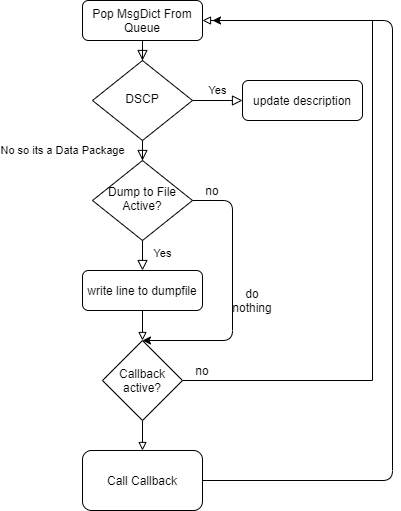
Met4FoF/datareceiver keeps this draw.io diagram as doc/Sensor_loop.png. Above is the earlier version. Source tidied: cells renumbered, new cells last; positions are measured from the earlier drawing's top-left corner, leaving out a move shared by most shapes. Source of this version:
```xml
<mxGraphModel>
  <root>
    <mxCell id="0" />
    <mxCell id="1" parent="0" />
    <mxCell id="2" style="rounded=0;html=1;jettySize=auto;fontSize=11;endArrow=block;endFill=0;endSize=8;strokeWidth=1;shadow=0;labelBackgroundColor=none;edgeStyle=orthogonalEdgeStyle;" parent="1" edge="1" source="3" target="6">
      <mxGeometry relative="1" as="geometry" />
    </mxCell>
    <mxCell id="3" value="Pop MsgDict From Queue" style="rounded=1;whiteSpace=wrap;html=1;fontSize=12;glass=0;strokeWidth=1;shadow=0;" parent="1" vertex="1">
      <mxGeometry width="120" height="40" as="geometry" />
    </mxCell>
    <mxCell id="4" value="No so its a Data Package" style="rounded=0;html=1;jettySize=auto;fontSize=11;endArrow=block;endFill=0;endSize=8;strokeWidth=1;shadow=0;labelBackgroundColor=none;edgeStyle=orthogonalEdgeStyle;" parent="1" edge="1" source="6" target="9">
      <mxGeometry y="80" relative="1" as="geometry" />
    </mxCell>
    <mxCell id="5" value="Yes" style="edgeStyle=orthogonalEdgeStyle;rounded=0;html=1;jettySize=auto;fontSize=11;endArrow=block;endFill=0;endSize=8;strokeWidth=1;shadow=0;labelBackgroundColor=none;" parent="1" edge="1" source="6" target="7">
      <mxGeometry y="10" relative="1" as="geometry" />
    </mxCell>
    <mxCell id="6" value="DSCP" style="rhombus;whiteSpace=wrap;html=1;shadow=0;fontFamily=Helvetica;fontSize=12;align=center;strokeWidth=1;spacing=6;spacingTop=-4;" parent="1" vertex="1">
      <mxGeometry x="10" y="60" width="100" height="80" as="geometry" />
    </mxCell>
    <mxCell id="7" value="update description" style="rounded=1;whiteSpace=wrap;html=1;fontSize=12;glass=0;strokeWidth=1;shadow=0;" parent="1" vertex="1">
      <mxGeometry x="160" y="80" width="120" height="40" as="geometry" />
    </mxCell>
    <mxCell id="8" value="Yes" style="rounded=0;html=1;jettySize=auto;fontSize=11;endArrow=block;endFill=0;endSize=8;strokeWidth=1;shadow=0;labelBackgroundColor=none;edgeStyle=orthogonalEdgeStyle;" parent="1" edge="1" source="9" target="11">
      <mxGeometry x="0.33" y="20" relative="1" as="geometry" />
    </mxCell>
    <mxCell id="9" value="Dump to File Active?" style="rhombus;whiteSpace=wrap;html=1;shadow=0;fontFamily=Helvetica;fontSize=12;align=center;strokeWidth=1;spacing=6;spacingTop=-4;" parent="1" vertex="1">
      <mxGeometry x="10" y="160" width="100" height="80" as="geometry" />
    </mxCell>
    <mxCell id="10" style="edgeStyle=orthogonalEdgeStyle;rounded=0;jettySize=auto;html=1;exitX=0.5;exitY=1;exitDx=0;exitDy=0;entryX=0.5;entryY=0;entryDx=0;entryDy=0;startArrow=none;startFill=0;endArrow=block;endFill=0;" parent="1" edge="1" source="11" target="14">
      <mxGeometry relative="1" as="geometry" />
    </mxCell>
    <mxCell id="11" value="write line to dumpfile" style="rounded=1;whiteSpace=wrap;html=1;fontSize=12;glass=0;strokeWidth=1;shadow=0;" parent="1" vertex="1">
      <mxGeometry y="270" width="120" height="40" as="geometry" />
    </mxCell>
    <mxCell id="12" style="edgeStyle=orthogonalEdgeStyle;rounded=0;jettySize=auto;html=1;exitX=1;exitY=0.5;exitDx=0;exitDy=0;entryX=1;entryY=0.5;entryDx=0;entryDy=0;startArrow=none;startFill=0;endArrow=block;endFill=0;" parent="1" edge="1" source="14" target="3">
      <mxGeometry relative="1" as="geometry">
        <Array as="points">
          <mxPoint x="290" y="380" />
          <mxPoint x="290" y="20" />
        </Array>
      </mxGeometry>
    </mxCell>
    <mxCell id="13" style="edgeStyle=orthogonalEdgeStyle;rounded=0;jettySize=auto;html=1;exitX=0.5;exitY=1;exitDx=0;exitDy=0;entryX=0.5;entryY=0;entryDx=0;entryDy=0;startArrow=none;startFill=0;endArrow=block;endFill=0;" parent="1" edge="1" source="14" target="19">
      <mxGeometry relative="1" as="geometry" />
    </mxCell>
    <mxCell id="14" value="Callback active?" style="rhombus;whiteSpace=wrap;html=1;" parent="1" vertex="1">
      <mxGeometry x="20" y="340" width="80" height="80" as="geometry" />
    </mxCell>
    <mxCell id="15" style="endArrow=classic;html=1;exitX=1;exitY=0.5;exitDx=0;exitDy=0;" parent="1" edge="1" source="9">
      <mxGeometry relative="1" as="geometry">
        <mxPoint x="60" y="340" as="targetPoint" />
        <Array as="points">
          <mxPoint x="150" y="200" />
          <mxPoint x="150" y="340" />
        </Array>
      </mxGeometry>
    </mxCell>
    <mxCell id="16" value="no" style="text;html=1;strokeColor=none;fillColor=none;align=center;verticalAlign=middle;whiteSpace=wrap;rounded=0;" parent="1" vertex="1">
      <mxGeometry x="110" y="180" width="40" height="20" as="geometry" />
    </mxCell>
    <mxCell id="17" value="do nothing" style="text;html=1;strokeColor=none;fillColor=none;align=center;verticalAlign=middle;whiteSpace=wrap;rounded=0;" parent="1" vertex="1">
      <mxGeometry x="150" y="290" width="40" height="20" as="geometry" />
    </mxCell>
    <mxCell id="18" value="no" style="text;html=1;strokeColor=none;fillColor=none;align=center;verticalAlign=middle;whiteSpace=wrap;rounded=0;" parent="1" vertex="1">
      <mxGeometry x="100" y="360" width="40" height="20" as="geometry" />
    </mxCell>
    <mxCell id="19" value="Call Callback" style="rounded=1;whiteSpace=wrap;html=1;" parent="1" vertex="1">
      <mxGeometry y="450" width="120" height="60" as="geometry" />
    </mxCell>
    <mxCell id="20" style="endArrow=classic;html=1;exitX=1;exitY=0.5;exitDx=0;exitDy=0;" parent="1" edge="1" source="19">
      <mxGeometry relative="1" as="geometry">
        <mxPoint x="130" y="20" as="targetPoint" />
        <Array as="points">
          <mxPoint x="310" y="480" />
          <mxPoint x="310" y="20" />
        </Array>
      </mxGeometry>
    </mxCell>
  </root>
</mxGraphModel>
```
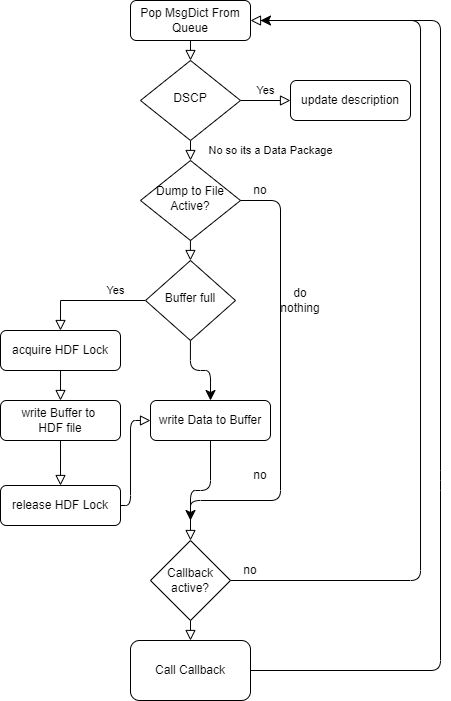
The same file after the commit.

Commit message:
sensor Loop documentation updated

Change to the diagram source:
```diff
@@ -3,13 +3,23 @@
     <mxCell id="0" />
     <mxCell id="1" parent="0" />
     <mxCell id="2" style="rounded=0;html=1;jettySize=auto;fontSize=11;endArrow=block;endFill=0;endSize=8;strokeWidth=1;shadow=0;labelBackgroundColor=none;edgeStyle=orthogonalEdgeStyle;" parent="1" edge="1" source="3" target="6">
-      <mxGeometry relative="1" as="geometry" />
+      <mxGeometry relative="1" as="geometry">
+        <Array as="points">
+          <mxPoint x="60" y="40" />
+          <mxPoint x="60" y="40" />
+        </Array>
+      </mxGeometry>
     </mxCell>
     <mxCell id="3" value="Pop MsgDict From Queue" style="rounded=1;whiteSpace=wrap;html=1;fontSize=12;glass=0;strokeWidth=1;shadow=0;" parent="1" vertex="1">
       <mxGeometry width="120" height="40" as="geometry" />
     </mxCell>
-    <mxCell id="4" value="No so its a Data Package" style="rounded=0;html=1;jettySize=auto;fontSize=11;endArrow=block;endFill=0;endSize=8;strokeWidth=1;shadow=0;labelBackgroundColor=none;edgeStyle=orthogonalEdgeStyle;" parent="1" edge="1" source="6" target="9">
-      <mxGeometry y="80" relative="1" as="geometry" />
+    <mxCell id="4" value="No so its a Data Package" style="rounded=0;html=1;jettySize=auto;fontSize=11;endArrow=block;endFill=0;endSize=8;strokeWidth=1;shadow=0;labelBackgroundColor=none;edgeStyle=orthogonalEdgeStyle;entryX=0.5;entryY=0;entryDx=0;entryDy=0;" parent="1" edge="1" source="6" target="9">
+      <mxGeometry y="80" relative="1" as="geometry">
+        <Array as="points">
+          <mxPoint x="60" y="140" />
+          <mxPoint x="60" y="140" />
+        </Array>
+      </mxGeometry>
     </mxCell>
     <mxCell id="5" value="Yes" style="edgeStyle=orthogonalEdgeStyle;rounded=0;html=1;jettySize=auto;fontSize=11;endArrow=block;endFill=0;endSize=8;strokeWidth=1;shadow=0;labelBackgroundColor=none;" parent="1" edge="1" source="6" target="7">
       <mxGeometry y="10" relative="1" as="geometry" />
@@ -20,38 +30,49 @@
     <mxCell id="7" value="update description" style="rounded=1;whiteSpace=wrap;html=1;fontSize=12;glass=0;strokeWidth=1;shadow=0;" parent="1" vertex="1">
       <mxGeometry x="160" y="80" width="120" height="40" as="geometry" />
     </mxCell>
-    <mxCell id="8" value="Yes" style="rounded=0;html=1;jettySize=auto;fontSize=11;endArrow=block;endFill=0;endSize=8;strokeWidth=1;shadow=0;labelBackgroundColor=none;edgeStyle=orthogonalEdgeStyle;" parent="1" edge="1" source="9" target="11">
-      <mxGeometry x="0.33" y="20" relative="1" as="geometry" />
+    <mxCell id="8" value="Yes" style="rounded=0;html=1;jettySize=auto;fontSize=11;endArrow=block;endFill=0;endSize=8;strokeWidth=1;shadow=0;labelBackgroundColor=none;edgeStyle=orthogonalEdgeStyle;exitX=0;exitY=0.5;exitDx=0;exitDy=0;entryX=0.5;entryY=0;entryDx=0;entryDy=0;" parent="1" edge="1" source="22" target="26">
+      <mxGeometry x="-0.47" y="-10" relative="1" as="geometry">
+        <Array as="points">
+          <mxPoint x="-70" y="300" />
+        </Array>
+      </mxGeometry>
     </mxCell>
     <mxCell id="9" value="Dump to File Active?" style="rhombus;whiteSpace=wrap;html=1;shadow=0;fontFamily=Helvetica;fontSize=12;align=center;strokeWidth=1;spacing=6;spacingTop=-4;" parent="1" vertex="1">
       <mxGeometry x="10" y="160" width="100" height="80" as="geometry" />
     </mxCell>
-    <mxCell id="10" style="edgeStyle=orthogonalEdgeStyle;rounded=0;jettySize=auto;html=1;exitX=0.5;exitY=1;exitDx=0;exitDy=0;entryX=0.5;entryY=0;entryDx=0;entryDy=0;startArrow=none;startFill=0;endArrow=block;endFill=0;" parent="1" edge="1" source="11" target="14">
-      <mxGeometry relative="1" as="geometry" />
-    </mxCell>
+    <mxCell id="21" style="edgeStyle=orthogonalEdgeStyle;rounded=1;jettySize=auto;html=1;endArrow=block;endFill=0;strokeColor=#000000;entryX=0;entryY=0.5;entryDx=0;entryDy=0;endSize=8;" parent="1" edge="1" source="11" target="24">
+      <mxGeometry relative="1" as="geometry">
+        <Array as="points">
+          <mxPoint y="505" />
+          <mxPoint y="420" />
+        </Array>
+      </mxGeometry>
+    </mxCell>
-    <mxCell id="11" value="write line to dumpfile" style="rounded=1;whiteSpace=wrap;html=1;fontSize=12;glass=0;strokeWidth=1;shadow=0;" parent="1" vertex="1">
-      <mxGeometry y="270" width="120" height="40" as="geometry" />
+    <mxCell id="11" value="release HDF Lock" style="rounded=1;whiteSpace=wrap;html=1;fontSize=12;glass=0;strokeWidth=1;shadow=0;" parent="1" vertex="1">
+      <mxGeometry x="-130" y="485" width="120" height="40" as="geometry" />
     </mxCell>
-    <mxCell id="12" style="edgeStyle=orthogonalEdgeStyle;rounded=0;jettySize=auto;html=1;exitX=1;exitY=0.5;exitDx=0;exitDy=0;entryX=1;entryY=0.5;entryDx=0;entryDy=0;startArrow=none;startFill=0;endArrow=block;endFill=0;" parent="1" edge="1" source="14" target="3">
+    <mxCell id="12" style="edgeStyle=orthogonalEdgeStyle;rounded=1;jettySize=auto;html=1;exitX=1;exitY=0.5;exitDx=0;exitDy=0;entryX=1;entryY=0.5;entryDx=0;entryDy=0;startArrow=none;startFill=0;endArrow=block;endFill=0;endSize=8;" parent="1" edge="1" source="14" target="3">
       <mxGeometry relative="1" as="geometry">
         <Array as="points">
-          <mxPoint x="290" y="380" />
+          <mxPoint x="100" y="580" />
+          <mxPoint x="290" y="580" />
           <mxPoint x="290" y="20" />
         </Array>
       </mxGeometry>
     </mxCell>
-    <mxCell id="13" style="edgeStyle=orthogonalEdgeStyle;rounded=0;jettySize=auto;html=1;exitX=0.5;exitY=1;exitDx=0;exitDy=0;entryX=0.5;entryY=0;entryDx=0;entryDy=0;startArrow=none;startFill=0;endArrow=block;endFill=0;" parent="1" edge="1" source="14" target="19">
+    <mxCell id="13" style="edgeStyle=orthogonalEdgeStyle;rounded=0;jettySize=auto;html=1;exitX=0.5;exitY=1;exitDx=0;exitDy=0;entryX=0.5;entryY=0;entryDx=0;entryDy=0;startArrow=none;startFill=0;endArrow=block;endFill=0;endSize=8;" parent="1" edge="1" source="14" target="19">
       <mxGeometry relative="1" as="geometry" />
     </mxCell>
     <mxCell id="14" value="Callback active?" style="rhombus;whiteSpace=wrap;html=1;" parent="1" vertex="1">
-      <mxGeometry x="20" y="340" width="80" height="80" as="geometry" />
+      <mxGeometry x="20" y="540" width="80" height="80" as="geometry" />
     </mxCell>
-    <mxCell id="15" style="endArrow=classic;html=1;exitX=1;exitY=0.5;exitDx=0;exitDy=0;" parent="1" edge="1" source="9">
+    <mxCell id="15" style="endArrow=classic;html=1;exitX=1;exitY=0.5;exitDx=0;exitDy=0;endSize=8;" parent="1" edge="1" source="9">
       <mxGeometry relative="1" as="geometry">
-        <mxPoint x="60" y="340" as="targetPoint" />
+        <mxPoint x="60" y="520" as="targetPoint" />
         <Array as="points">
           <mxPoint x="150" y="200" />
-          <mxPoint x="150" y="340" />
+          <mxPoint x="150" y="500" />
+          <mxPoint x="60" y="500" />
         </Array>
       </mxGeometry>
     </mxCell>
@@ -62,19 +83,66 @@
       <mxGeometry x="150" y="290" width="40" height="20" as="geometry" />
     </mxCell>
     <mxCell id="18" value="no" style="text;html=1;strokeColor=none;fillColor=none;align=center;verticalAlign=middle;whiteSpace=wrap;rounded=0;" parent="1" vertex="1">
-      <mxGeometry x="100" y="360" width="40" height="20" as="geometry" />
+      <mxGeometry x="110" y="465" width="40" height="20" as="geometry" />
     </mxCell>
     <mxCell id="19" value="Call Callback" style="rounded=1;whiteSpace=wrap;html=1;" parent="1" vertex="1">
-      <mxGeometry y="450" width="120" height="60" as="geometry" />
+      <mxGeometry y="640" width="120" height="60" as="geometry" />
     </mxCell>
-    <mxCell id="20" style="endArrow=classic;html=1;exitX=1;exitY=0.5;exitDx=0;exitDy=0;" parent="1" edge="1" source="19">
+    <mxCell id="20" style="endArrow=classic;html=1;exitX=1;exitY=0.5;exitDx=0;exitDy=0;endSize=8;" parent="1" edge="1" source="19">
       <mxGeometry relative="1" as="geometry">
         <mxPoint x="130" y="20" as="targetPoint" />
         <Array as="points">
+          <mxPoint x="310" y="670" />
           <mxPoint x="310" y="480" />
           <mxPoint x="310" y="20" />
         </Array>
       </mxGeometry>
     </mxCell>
+    <mxCell id="22" value="Buffer full" style="rhombus;whiteSpace=wrap;html=1;shadow=0;fontFamily=Helvetica;fontSize=12;align=center;strokeWidth=1;spacing=6;spacingTop=-4;" parent="1" vertex="1">
+      <mxGeometry x="15" y="260" width="90" height="80" as="geometry" />
+    </mxCell>
+    <mxCell id="23" style="edgeStyle=orthogonalEdgeStyle;rounded=1;jettySize=auto;html=1;exitX=0.5;exitY=1;exitDx=0;exitDy=0;endArrow=block;endFill=0;strokeColor=#000000;entryX=0.5;entryY=0;entryDx=0;entryDy=0;endSize=8;" parent="1" edge="1" source="24" target="14">
+      <mxGeometry relative="1" as="geometry" />
+    </mxCell>
+    <mxCell id="24" value="write Data to Buffer" style="rounded=1;whiteSpace=wrap;html=1;fontSize=12;glass=0;strokeWidth=1;shadow=0;" parent="1" vertex="1">
+      <mxGeometry x="20" y="400" width="120" height="40" as="geometry" />
+    </mxCell>
+    <mxCell id="25" value="write Buffer to &lt;br&gt;HDF file" style="rounded=1;whiteSpace=wrap;html=1;fontSize=12;glass=0;strokeWidth=1;shadow=0;" parent="1" vertex="1">
+      <mxGeometry x="-130" y="400" width="120" height="40" as="geometry" />
+    </mxCell>
+    <mxCell id="26" value="acquire HDF Lock" style="rounded=1;whiteSpace=wrap;html=1;fontSize=12;glass=0;strokeWidth=1;shadow=0;" parent="1" vertex="1">
+      <mxGeometry x="-130" y="330" width="120" height="40" as="geometry" />
+    </mxCell>
+    <mxCell id="27" style="rounded=0;html=1;jettySize=auto;fontSize=11;endArrow=block;endFill=0;endSize=8;strokeWidth=1;shadow=0;labelBackgroundColor=none;edgeStyle=orthogonalEdgeStyle;entryX=0.5;entryY=0;entryDx=0;entryDy=0;" parent="1" edge="1" target="25">
+      <mxGeometry relative="1" as="geometry">
+        <mxPoint x="-50.1" y="370" as="sourcePoint" />
+      </mxGeometry>
+    </mxCell>
+    <mxCell id="28" style="rounded=0;html=1;jettySize=auto;fontSize=11;endArrow=block;endFill=0;endSize=8;strokeWidth=1;shadow=0;labelBackgroundColor=none;edgeStyle=orthogonalEdgeStyle;entryX=0.5;entryY=0;entryDx=0;entryDy=0;" parent="1" edge="1" target="11">
+      <mxGeometry relative="1" as="geometry">
+        <mxPoint x="-50.1" y="440" as="sourcePoint" />
+        <Array as="points">
+          <mxPoint x="-70" y="440" />
+        </Array>
+      </mxGeometry>
+    </mxCell>
+    <mxCell id="29" style="rounded=0;html=1;jettySize=auto;orthogonalLoop=1;fontSize=11;endArrow=block;endFill=0;endSize=8;strokeWidth=1;shadow=0;labelBackgroundColor=none;edgeStyle=orthogonalEdgeStyle;" parent="1" edge="1">
+      <mxGeometry relative="1" as="geometry">
+        <mxPoint x="59.9" y="240" as="sourcePoint" />
+        <mxPoint x="59.9" y="260" as="targetPoint" />
+        <Array as="points">
+          <mxPoint x="59.9" y="240" />
+          <mxPoint x="59.9" y="240" />
+        </Array>
+      </mxGeometry>
+    </mxCell>
+    <mxCell id="30" style="rounded=1;html=1;jettySize=auto;fontSize=11;endArrow=classic;endFill=1;endSize=8;strokeWidth=1;shadow=0;labelBackgroundColor=none;edgeStyle=orthogonalEdgeStyle;entryX=0.5;entryY=0;entryDx=0;entryDy=0;" parent="1" edge="1" target="24">
+      <mxGeometry relative="1" as="geometry">
+        <mxPoint x="59.9" y="340" as="sourcePoint" />
+      </mxGeometry>
+    </mxCell>
+    <mxCell id="31" value="no" style="text;html=1;strokeColor=none;fillColor=none;align=center;verticalAlign=middle;whiteSpace=wrap;rounded=0;" parent="1" vertex="1">
+      <mxGeometry x="100" y="560" width="40" height="20" as="geometry" />
+    </mxCell>
   </root>
 </mxGraphModel>
```
